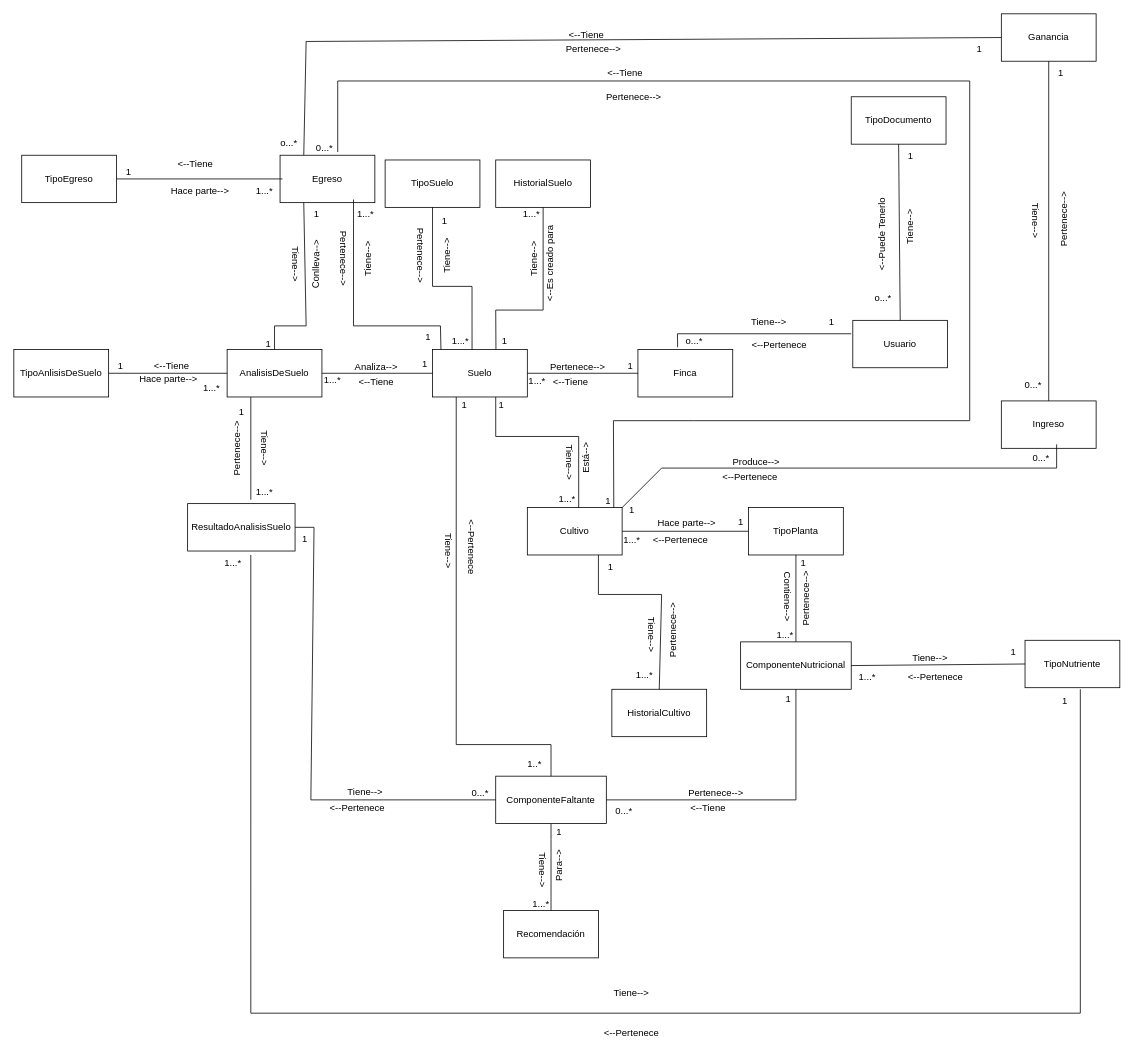
Before: CropScan.drawio in 1193090526alexander/IngenieriaDeSotwareII, a draw.io diagram. Source tidied: cells renumbered, new cells numbered last; positions are measured from the earlier drawing's top-left corner, leaving out a move shared by most shapes. Both pictures are drawn from the tidied source at 79%, with x=0, y=0 at pixel (13, 13).
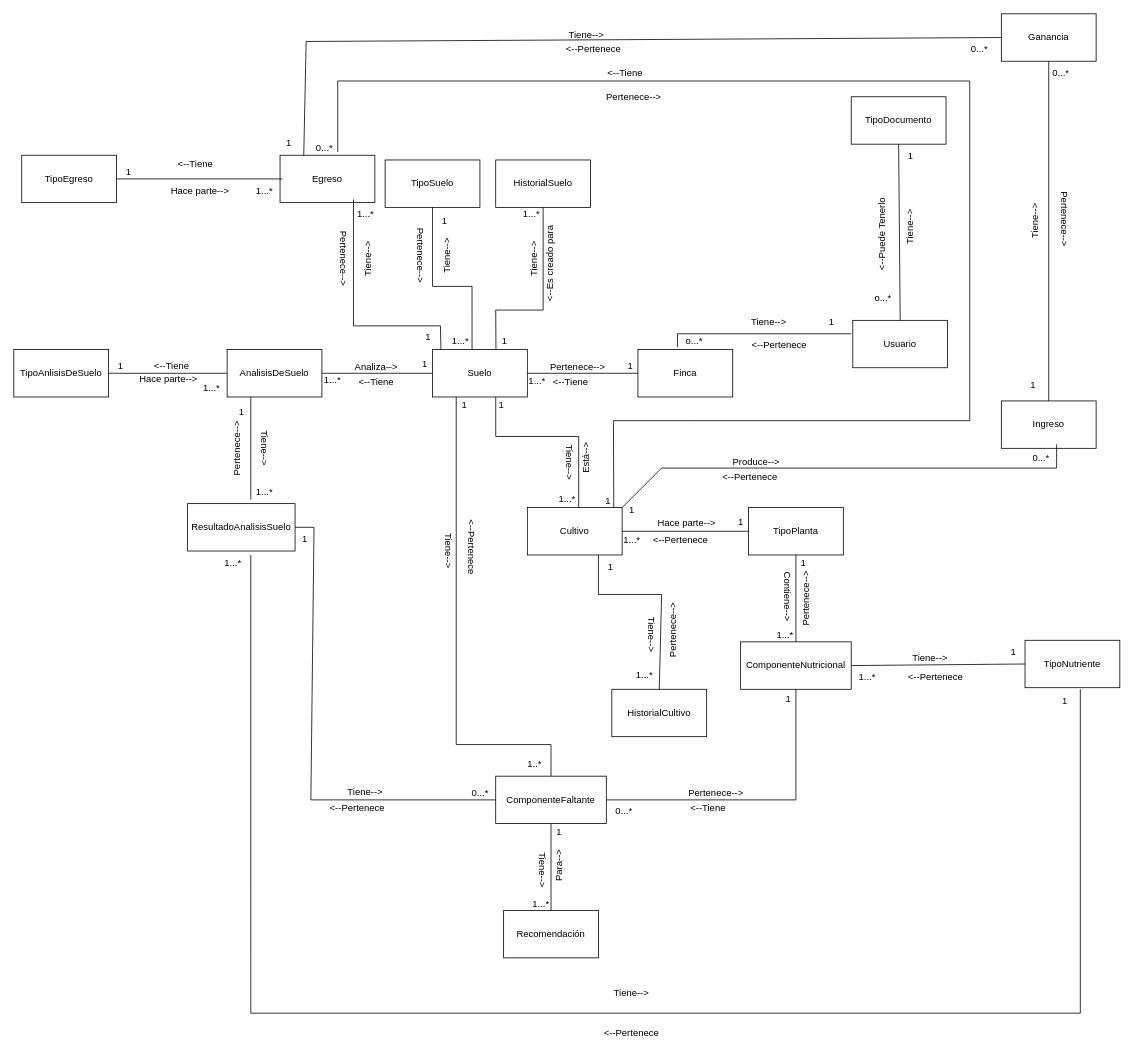
The same page after the edit.

Unchanged cells that the change refers to:
```xml
<mxCell id="35" value="Egreso" style="rounded=0;whiteSpace=wrap;html=1;" parent="1" vertex="1">
  <mxGeometry x="337" y="179" width="120" height="60" as="geometry" />
</mxCell>
```

The edit, as a diff of the source:
```diff
@@
-    <mxCell id="63" style="endArrow=none;html=1;rounded=0;entryX=0.25;entryY=1;entryDx=0;entryDy=0;" parent="1" edge="1" target="35">
-      <mxGeometry relative="1" as="geometry">
-        <mxPoint x="330" y="425" as="sourcePoint" />
-        <Array as="points">
-          <mxPoint x="330" y="395" />
-          <mxPoint x="370" y="395" />
-        </Array>
-      </mxGeometry>
-    </mxCell>
-    <mxCell id="64" value="Conlleva--&amp;gt;" style="text;html=1;strokeColor=none;fillColor=none;align=center;verticalAlign=middle;whiteSpace=wrap;rounded=0;rotation=-89;" parent="1" vertex="1">
-      <mxGeometry x="343" y="302" width="80" height="30" as="geometry" />
-    </mxCell>
-    <mxCell id="65" value="Tiene--&amp;gt;" style="text;html=1;strokeColor=none;fillColor=none;align=center;verticalAlign=middle;whiteSpace=wrap;rounded=0;rotation=90;" parent="1" vertex="1">
+    <mxCell id="65" value="Tiene--&amp;gt;" style="text;html=1;strokeColor=none;fillColor=none;align=center;verticalAlign=middle;whiteSpace=wrap;rounded=0;rotation=270;" parent="1" vertex="1">
       <mxGeometry x="1260" y="255" width="67" height="14" as="geometry" />
     </mxCell>
-    <mxCell id="66" value="1" style="text;html=1;align=center;verticalAlign=middle;strokeColor=none;fillColor=none;" parent="1" vertex="1">
-      <mxGeometry x="307" y="403" width="30" height="30" as="geometry" />
-    </mxCell>
-    <mxCell id="67" value="1" style="text;html=1;align=center;verticalAlign=middle;strokeColor=none;fillColor=none;" parent="1" vertex="1">
-      <mxGeometry x="368" y="239" width="30" height="30" as="geometry" />
-    </mxCell>
@@
-    <mxCell id="77" value="1" style="text;html=1;align=center;verticalAlign=middle;strokeColor=none;fillColor=none;" parent="1" vertex="1">
-      <mxGeometry x="1310" y="60" width="30" height="30" as="geometry" />
+    <mxCell id="77" value="0...*" style="text;html=1;align=center;verticalAlign=middle;strokeColor=none;fillColor=none;" parent="1" vertex="1">
+      <mxGeometry x="1305" y="60" width="40" height="30" as="geometry" />
     </mxCell>
-    <mxCell id="78" value="0...*" style="text;html=1;align=center;verticalAlign=middle;strokeColor=none;fillColor=none;" parent="1" vertex="1">
-      <mxGeometry x="1270" y="455" width="40" height="30" as="geometry" />
+    <mxCell id="78" value="1" style="text;html=1;align=center;verticalAlign=middle;strokeColor=none;fillColor=none;" parent="1" vertex="1">
+      <mxGeometry x="1275" y="455" width="30" height="30" as="geometry" />
     </mxCell>
-    <mxCell id="79" value="Tiene--&amp;gt;" style="text;html=1;strokeColor=none;fillColor=none;align=center;verticalAlign=middle;whiteSpace=wrap;rounded=0;rotation=90;" parent="1" vertex="1">
-      <mxGeometry x="323" y="310" width="67" height="14" as="geometry" />
-    </mxCell>
-    <mxCell id="80" value="&amp;lt;--Tiene" style="text;html=1;strokeColor=none;fillColor=none;align=center;verticalAlign=middle;whiteSpace=wrap;rounded=0;" parent="1" vertex="1">
+    <mxCell id="80" value="Tiene--&amp;gt;" style="text;html=1;strokeColor=none;fillColor=none;align=center;verticalAlign=middle;whiteSpace=wrap;rounded=0;" parent="1" vertex="1">
       <mxGeometry x="695" y="12" width="60" height="30" as="geometry" />
     </mxCell>
-    <mxCell id="81" value="1" style="text;html=1;align=center;verticalAlign=middle;strokeColor=none;fillColor=none;" parent="1" vertex="1">
-      <mxGeometry x="1207" y="30" width="30" height="30" as="geometry" />
+    <mxCell id="81" value="0...*" style="text;html=1;align=center;verticalAlign=middle;strokeColor=none;fillColor=none;" parent="1" vertex="1">
+      <mxGeometry x="1202" y="30" width="40" height="30" as="geometry" />
     </mxCell>
@@
-    <mxCell id="143" value="o...*" style="text;html=1;align=center;verticalAlign=middle;strokeColor=none;fillColor=none;" parent="1" vertex="1">
-      <mxGeometry x="328" y="149" width="40" height="30" as="geometry" />
+    <mxCell id="143" value="1" style="text;html=1;align=center;verticalAlign=middle;strokeColor=none;fillColor=none;" parent="1" vertex="1">
+      <mxGeometry x="333" y="149" width="30" height="30" as="geometry" />
     </mxCell>
@@
-    <mxCell id="145" value="Pertenece--&amp;gt;" style="text;html=1;strokeColor=none;fillColor=none;align=center;verticalAlign=middle;whiteSpace=wrap;rounded=0;" parent="1" vertex="1">
+    <mxCell id="145" value="&amp;lt;--Pertenece" style="text;html=1;strokeColor=none;fillColor=none;align=center;verticalAlign=middle;whiteSpace=wrap;rounded=0;" parent="1" vertex="1">
       <mxGeometry x="694" y="30" width="80" height="30" as="geometry" />
     </mxCell>
-    <mxCell id="146" value="Pertenece--&amp;gt;" style="text;html=1;strokeColor=none;fillColor=none;align=center;verticalAlign=middle;whiteSpace=wrap;rounded=0;rotation=270;" parent="1" vertex="1">
+    <mxCell id="146" value="Pertenece--&amp;gt;" style="text;html=1;strokeColor=none;fillColor=none;align=center;verticalAlign=middle;whiteSpace=wrap;rounded=0;rotation=90;" parent="1" vertex="1">
       <mxGeometry x="1290" y="245" width="80" height="30" as="geometry" />
     </mxCell>
```
